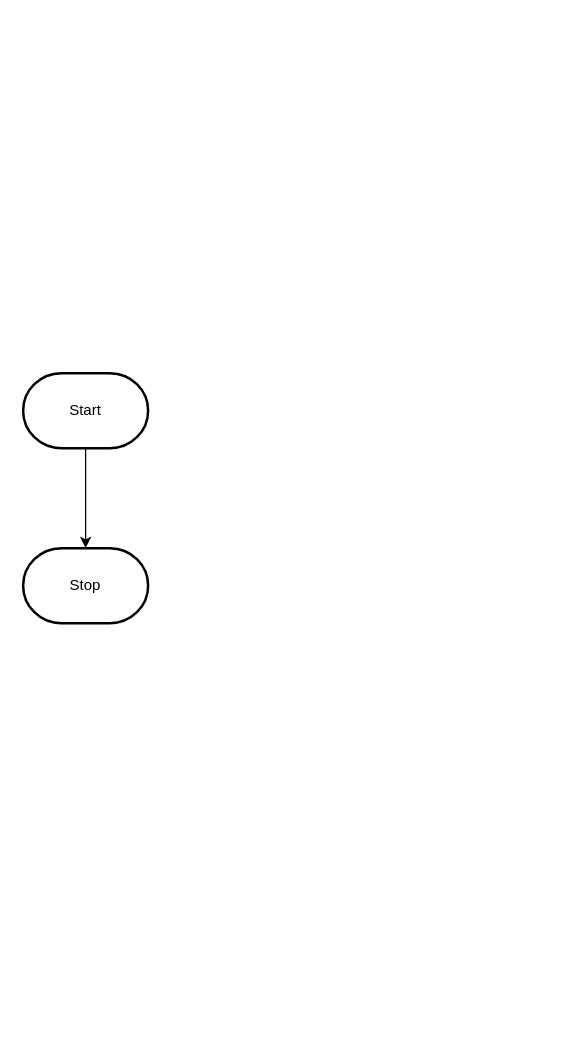
MTHS-ICS2O-2-2022/ICS2O-Unit-5-04-janet-do keeps this draw.io diagram as design/flowchart.drawio. Above is the earlier version. Source tidied: cells renumbered, new cells numbered last; positions are measured from the earlier drawing's top-left corner, leaving out a move shared by most shapes. Both pictures are drawn from the tidied source at 125%, with x=0, y=0 at pixel (22, 372).
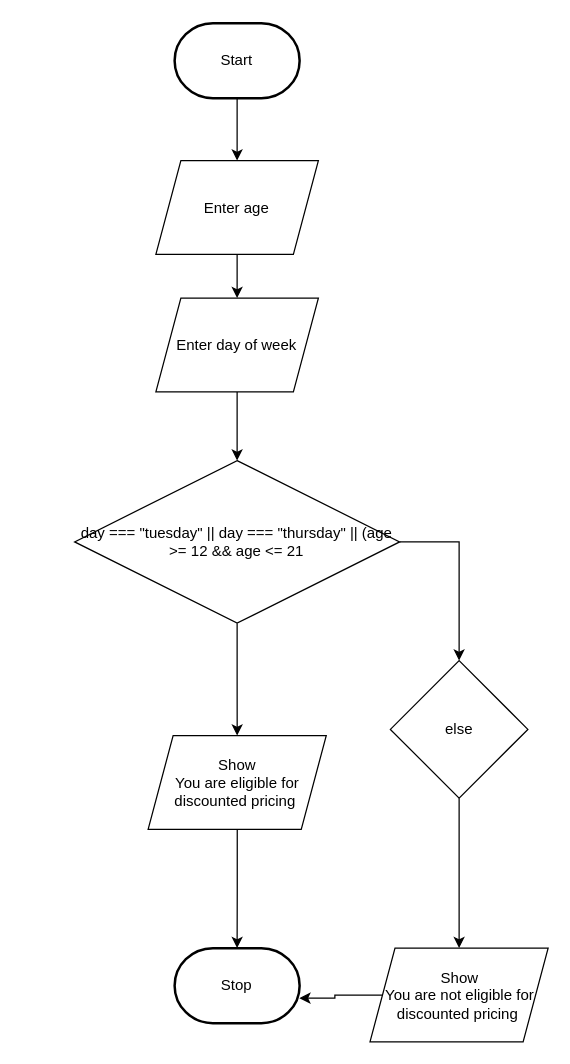
Above is the later version.

Diff of the diagram source:
```diff
@@
 <mxGraphModel>
   <root>
     <mxCell id="0" />
     <mxCell id="1" parent="0" />
-    <mxCell id="2" style="edgeStyle=orthogonalEdgeStyle;html=1;rounded=0;" parent="1" edge="1" source="3" target="4">
-      <mxGeometry relative="1" as="geometry" />
-    </mxCell>
+    <mxCell id="5" style="edgeStyle=orthogonalEdgeStyle;rounded=0;html=1;entryX=0.5;entryY=0;entryDx=0;entryDy=0;" parent="1" edge="1" source="3" target="7">
+      <mxGeometry relative="1" as="geometry" />
+    </mxCell>
     <mxCell id="3" value="Start" style="strokeWidth=2;html=1;shape=mxgraph.flowchart.terminator;whiteSpace=wrap;" parent="1" vertex="1">
-      <mxGeometry width="100" height="60" as="geometry" />
+      <mxGeometry x="121.2" y="-280" width="100" height="60" as="geometry" />
     </mxCell>
     <mxCell id="4" value="Stop" style="strokeWidth=2;html=1;shape=mxgraph.flowchart.terminator;whiteSpace=wrap;" parent="1" vertex="1">
-      <mxGeometry y="140" width="100" height="60" as="geometry" />
+      <mxGeometry x="121.2" y="460" width="100" height="60" as="geometry" />
     </mxCell>
+    <mxCell id="6" style="edgeStyle=orthogonalEdgeStyle;rounded=0;html=1;entryX=0.5;entryY=0;entryDx=0;entryDy=0;" parent="1" edge="1" source="7" target="15">
+      <mxGeometry relative="1" as="geometry" />
+    </mxCell>
+    <mxCell id="7" value="Enter age" style="shape=parallelogram;perimeter=parallelogramPerimeter;whiteSpace=wrap;html=1;fixedSize=1;" parent="1" vertex="1">
+      <mxGeometry x="106.2" y="-170" width="130" height="75" as="geometry" />
+    </mxCell>
+    <mxCell id="8" style="edgeStyle=orthogonalEdgeStyle;rounded=0;html=1;entryX=0.5;entryY=0;entryDx=0;entryDy=0;entryPerimeter=0;" parent="1" edge="1" source="9" target="4">
+      <mxGeometry relative="1" as="geometry" />
+    </mxCell>
+    <mxCell id="9" value="Show&lt;br&gt;You are eligible for discounted pricing&amp;nbsp;" style="shape=parallelogram;perimeter=parallelogramPerimeter;whiteSpace=wrap;html=1;fixedSize=1;" parent="1" vertex="1">
+      <mxGeometry x="100" y="290" width="142.5" height="75" as="geometry" />
+    </mxCell>
+    <mxCell id="10" style="edgeStyle=orthogonalEdgeStyle;rounded=0;html=1;entryX=0.5;entryY=0;entryDx=0;entryDy=0;" parent="1" edge="1" source="11" target="9">
+      <mxGeometry relative="1" as="geometry" />
+    </mxCell>
+    <mxCell id="11" value="day === &quot;tuesday&quot; || day === &quot;thursday&quot; || (age &amp;gt;= 12 &amp;amp;&amp;amp; age &amp;lt;= 21" style="rhombus;whiteSpace=wrap;html=1;" parent="1" vertex="1">
+      <mxGeometry x="41.2" y="70" width="260" height="130" as="geometry" />
+    </mxCell>
+    <mxCell id="12" style="edgeStyle=orthogonalEdgeStyle;rounded=0;html=1;" parent="1" edge="1" source="13" target="17">
+      <mxGeometry relative="1" as="geometry" />
+    </mxCell>
+    <mxCell id="13" value="else" style="rhombus;whiteSpace=wrap;html=1;" parent="1" vertex="1">
+      <mxGeometry x="293.8" y="230" width="110" height="110" as="geometry" />
+    </mxCell>
+    <mxCell id="14" style="edgeStyle=orthogonalEdgeStyle;rounded=0;html=1;entryX=0.5;entryY=0;entryDx=0;entryDy=0;" parent="1" edge="1" source="15" target="11">
+      <mxGeometry relative="1" as="geometry" />
+    </mxCell>
+    <mxCell id="15" value="Enter day of week" style="shape=parallelogram;perimeter=parallelogramPerimeter;whiteSpace=wrap;html=1;fixedSize=1;" parent="1" vertex="1">
+      <mxGeometry x="106.2" y="-60" width="130" height="75" as="geometry" />
+    </mxCell>
+    <mxCell id="16" style="edgeStyle=orthogonalEdgeStyle;rounded=0;html=1;entryX=0.998;entryY=0.667;entryDx=0;entryDy=0;entryPerimeter=0;" parent="1" edge="1" source="17" target="4">
+      <mxGeometry relative="1" as="geometry" />
+    </mxCell>
+    <mxCell id="17" value="Show&lt;br&gt;You are not eligible for discounted pricing&amp;nbsp;" style="shape=parallelogram;perimeter=parallelogramPerimeter;whiteSpace=wrap;html=1;fixedSize=1;" parent="1" vertex="1">
+      <mxGeometry x="277.5" y="460" width="142.5" height="75" as="geometry" />
+    </mxCell>
+    <mxCell id="18" style="edgeStyle=orthogonalEdgeStyle;rounded=0;html=1;exitX=1;exitY=0.5;exitDx=0;exitDy=0;" parent="1" edge="1" source="11" target="13">
+      <mxGeometry relative="1" as="geometry" />
+    </mxCell>
   </root>
 </mxGraphModel>
```
